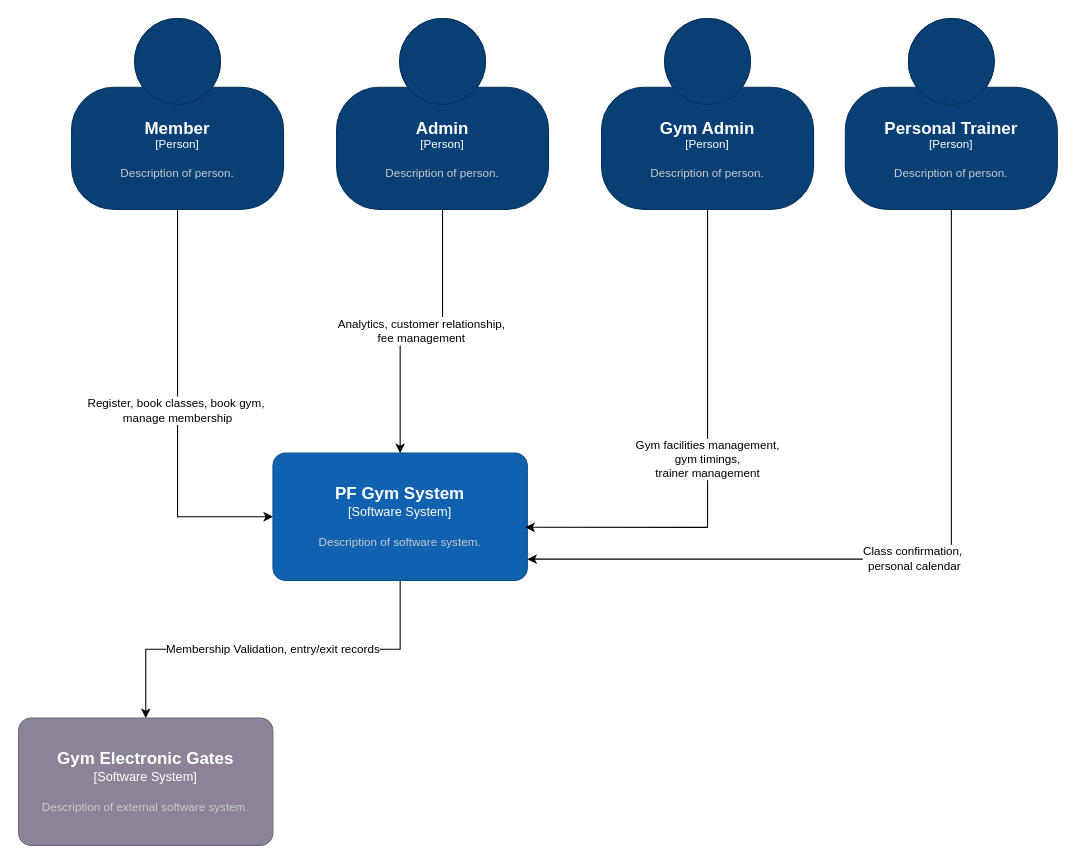
The draw.io diagram page "Context" (1 of 2) of gym-2.drawio in imransaeed/concept-diagrams, before the edit. Source tidied: cells renumbered, new cells numbered last; positions are measured from the earlier drawing's top-left corner, leaving out a move shared by most shapes. Both pictures are drawn from the tidied source at 106%, with x=0, y=0 at pixel (18, 18).
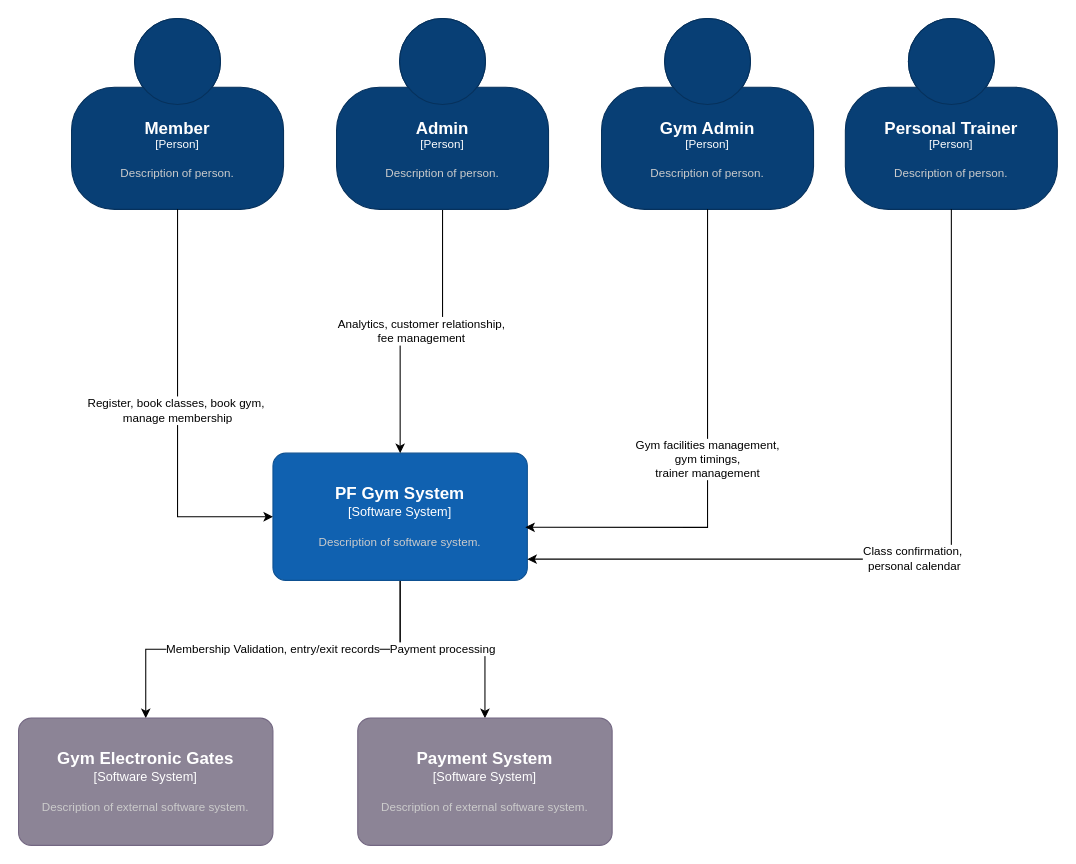
The same diagram, later.

Unchanged cells that the change refers to:
```xml
<object id="4" label="&lt;font style=&quot;font-size: 16px&quot;&gt;&lt;b&gt;%c4Name%&lt;/b&gt;&lt;/font&gt;&lt;div&gt;[%c4Type%]&lt;/div&gt;&lt;br&gt;&lt;div&gt;&lt;font style=&quot;font-size: 11px&quot;&gt;&lt;font color=&quot;#cccccc&quot;&gt;%c4Description%&lt;/font&gt;&lt;/div&gt;" c4Description="Description of software system." c4Name="PF Gym System" c4Type="Software System" placeholders="1">
  <mxCell style="rounded=1;whiteSpace=wrap;html=1;labelBackgroundColor=none;fillColor=#1061B0;fontColor=#ffffff;align=center;arcSize=10;strokeColor=#0D5091;points=[[0.25,0,0],[0.5,0,0],[0.75,0,0],[1,0.25,0],[1,0.5,0],[1,0.75,0],[0.75,1,0],[0.5,1,0],[0.25,1,0],[0,0.75,0],[0,0.5,0],[0,0.25,0]];" parent="1" vertex="1">
    <mxGeometry x="240" y="410" width="240" height="120" as="geometry" />
  </mxCell>
</object>
```

What changed in the source:
```diff
@@
+    <mxCell id="13" value="Payment processing" style="edgeStyle=orthogonalEdgeStyle;rounded=0;jettySize=auto;html=1;" parent="1" edge="1" source="4" target="14">
+      <mxGeometry relative="1" as="geometry" />
+    </mxCell>
@@
+    <object id="14" label="&lt;font style=&quot;font-size: 16px&quot;&gt;&lt;b&gt;%c4Name%&lt;/b&gt;&lt;/font&gt;&lt;div&gt;[%c4Type%]&lt;/div&gt;&lt;br&gt;&lt;div&gt;&lt;font style=&quot;font-size: 11px&quot;&gt;&lt;font color=&quot;#cccccc&quot;&gt;%c4Description%&lt;/font&gt;&lt;/div&gt;" c4Description="Description of external software system." c4Name="Payment System" c4Type="Software System" placeholders="1">
+      <mxCell style="rounded=1;whiteSpace=wrap;html=1;labelBackgroundColor=none;fillColor=#8C8496;fontColor=#ffffff;align=center;arcSize=10;strokeColor=#736782;points=[[0.25,0,0],[0.5,0,0],[0.75,0,0],[1,0.25,0],[1,0.5,0],[1,0.75,0],[0.75,1,0],[0.5,1,0],[0.25,1,0],[0,0.75,0],[0,0.5,0],[0,0.25,0]];" parent="1" vertex="1">
+        <mxGeometry x="320" y="660" width="240" height="120" as="geometry" />
+      </mxCell>
+    </object>
```
